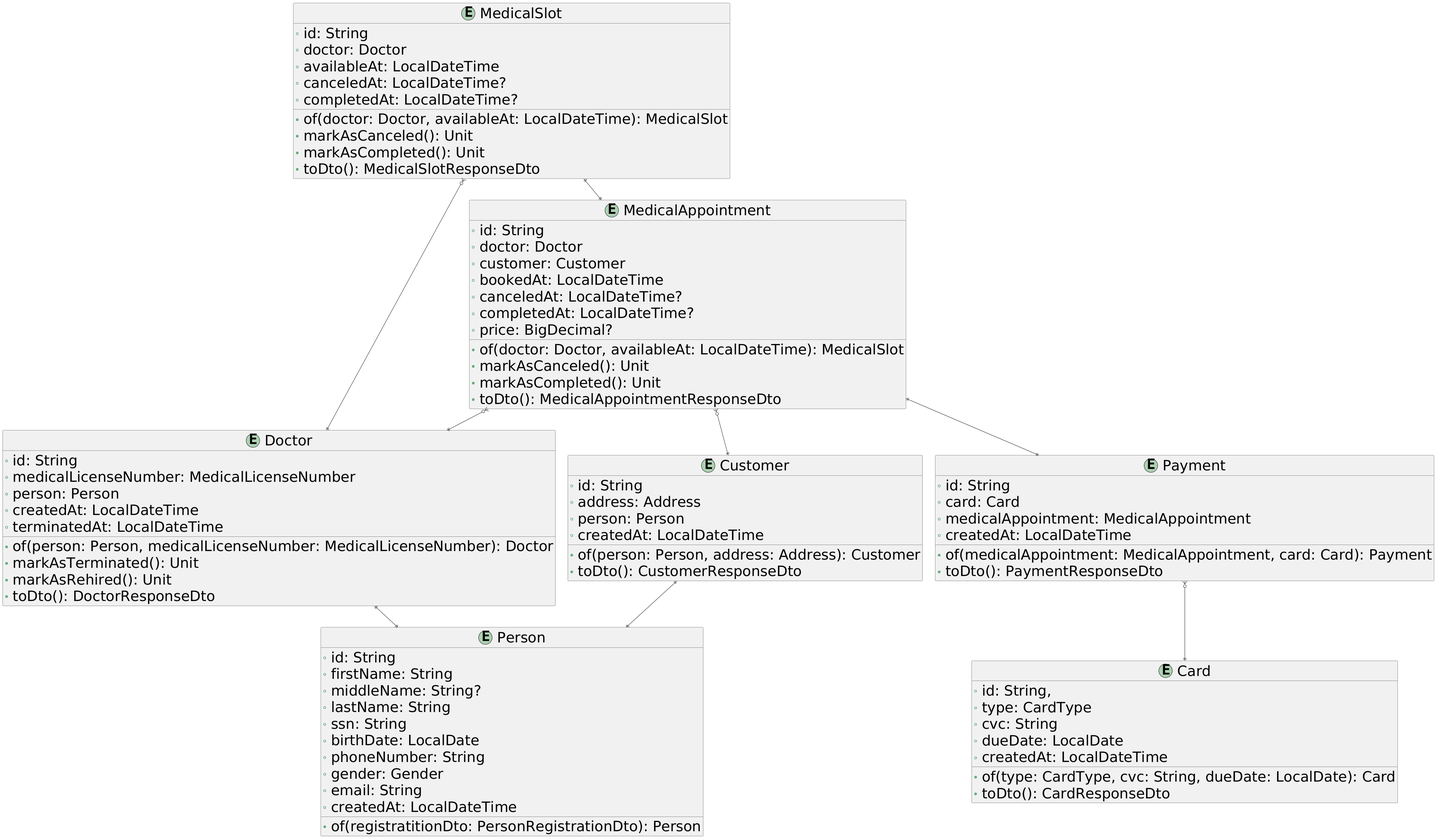
Above: figures/erd.png in LazaroDamasceno/Dissertacao-Mestrado (PlantUML), before the change.
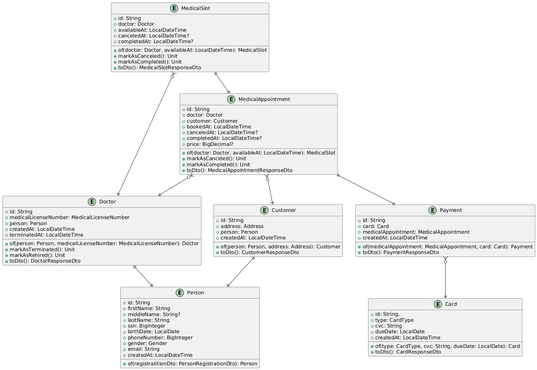
After the commit.

Diff of the diagram source:
```diff
@@ -1,14 +1,12 @@
 @startuml
-skinparam defaultFontSize 40
-
 entity "Person" {
  +id: String
  +firstName: String
  +middleName: String?
  +lastName: String
- +ssn: String
+ +ssn: BigInteger
  +birthDate: LocalDate
- +phoneNumber: String
+ +phoneNumber: BigInteger
  +gender: Gender
  +email: String
  +createdAt: LocalDateTime
```
